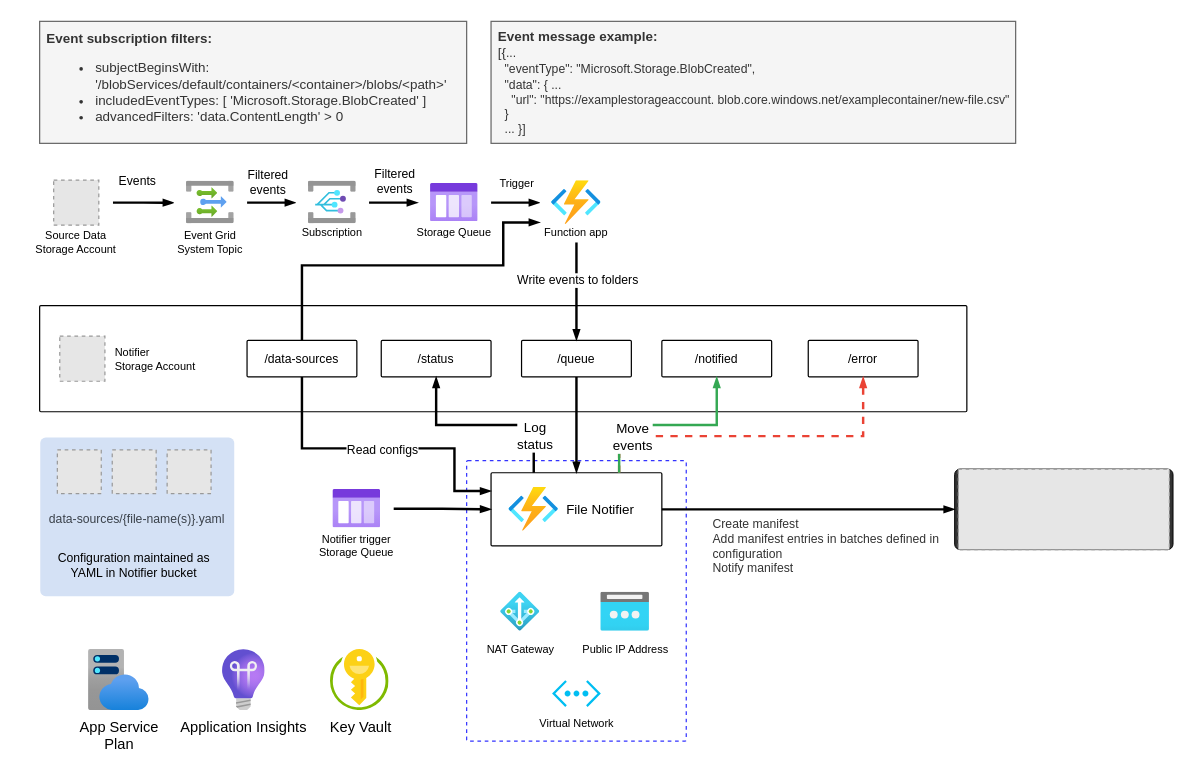
Above: cloud_resources/azure/architecture/azure_notifier.drawio in agile-data-engine/ade-file-notifier-reference (draw.io), before the change. Source tidied: cells renumbered, new cells numbered last; positions are measured from the earlier drawing's top-left corner, leaving out a move shared by most shapes. Both pictures are drawn from the tidied source at 122%, with x=0, y=0 at pixel (21, 21). Pictures stored in the file or linked from it are replaced by grey dashed boxes.
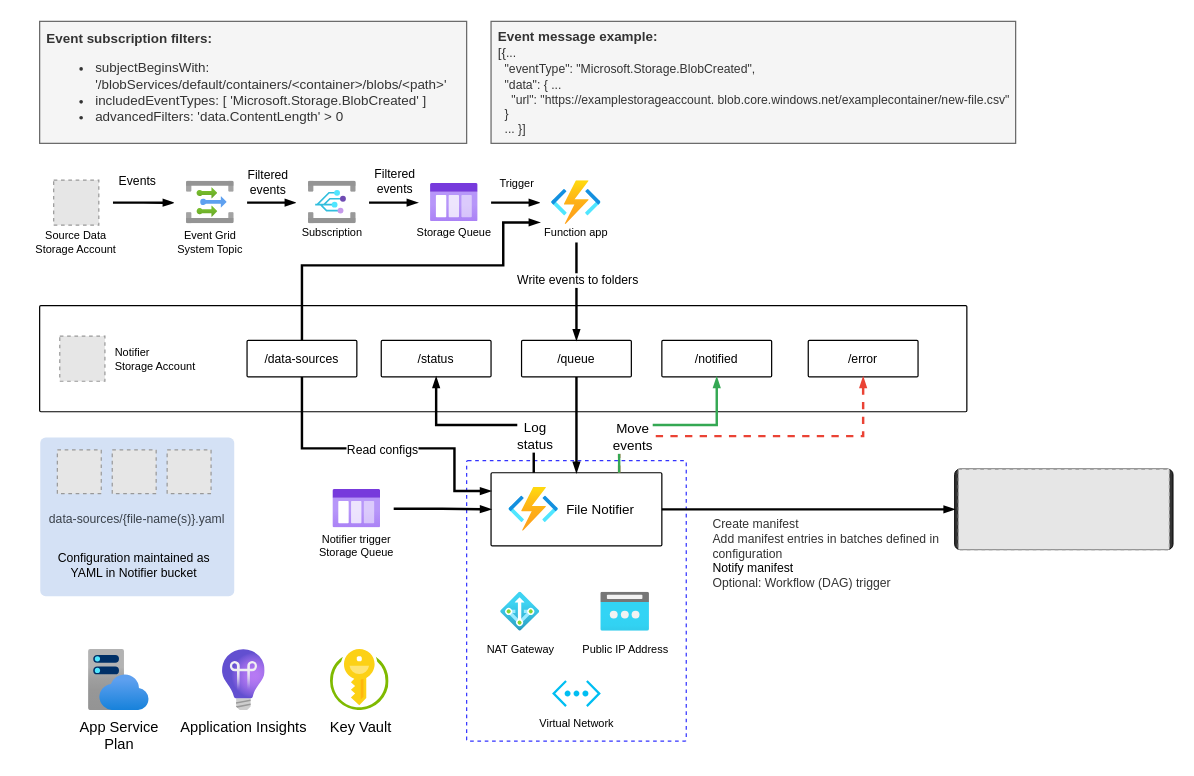
After the change.

Commit message (it also covers changes not shown here):
added documentation and architecture pictures to be published

The edit, as a diff of the source:
```diff
@@
-    <mxCell id="30" value="&lt;span style=&quot;&quot; data-lucid-content=&quot;{&amp;quot;t&amp;quot;:&amp;quot;Get open manifests\nCreate manifest (if no open manifests)\nAdd manifest entry\nNotify manifest (if single_file_manifest = true)&amp;quot;,&amp;quot;m&amp;quot;:[{&amp;quot;s&amp;quot;:0,&amp;quot;n&amp;quot;:&amp;quot;s&amp;quot;,&amp;quot;v&amp;quot;:17.77777777777778,&amp;quot;e&amp;quot;:125},{&amp;quot;s&amp;quot;:0,&amp;quot;n&amp;quot;:&amp;quot;c&amp;quot;,&amp;quot;v&amp;quot;:&amp;quot;333333ff&amp;quot;,&amp;quot;e&amp;quot;:125},{&amp;quot;s&amp;quot;:0,&amp;quot;n&amp;quot;:&amp;quot;fc&amp;quot;,&amp;quot;v&amp;quot;:&amp;quot;Regular&amp;quot;,&amp;quot;e&amp;quot;:125},{&amp;quot;s&amp;quot;:0,&amp;quot;n&amp;quot;:&amp;quot;fid&amp;quot;,&amp;quot;v&amp;quot;:2,&amp;quot;e&amp;quot;:125}]}&quot;&gt;&lt;span style=&quot;color: rgb(51, 51, 51);&quot;&gt;Create manifest&lt;br&gt;&lt;/span&gt;&lt;span style=&quot;color: rgb(51, 51, 51);&quot;&gt;Add manifest entries in batches defined in configuration&lt;br&gt;&lt;/span&gt;&lt;span style=&quot;color: rgb(51, 51, 51);&quot;&gt;Notify manifest&lt;/span&gt;&lt;/span&gt;" style="text;whiteSpace=wrap;html=1;fontSize=10;" parent="1" vertex="1">
+    <mxCell id="30" value="&lt;span style=&quot;&quot; data-lucid-content=&quot;{&amp;quot;t&amp;quot;:&amp;quot;Get open manifests\nCreate manifest (if no open manifests)\nAdd manifest entry\nNotify manifest (if single_file_manifest = true)&amp;quot;,&amp;quot;m&amp;quot;:[{&amp;quot;s&amp;quot;:0,&amp;quot;n&amp;quot;:&amp;quot;s&amp;quot;,&amp;quot;v&amp;quot;:17.77777777777778,&amp;quot;e&amp;quot;:125},{&amp;quot;s&amp;quot;:0,&amp;quot;n&amp;quot;:&amp;quot;c&amp;quot;,&amp;quot;v&amp;quot;:&amp;quot;333333ff&amp;quot;,&amp;quot;e&amp;quot;:125},{&amp;quot;s&amp;quot;:0,&amp;quot;n&amp;quot;:&amp;quot;fc&amp;quot;,&amp;quot;v&amp;quot;:&amp;quot;Regular&amp;quot;,&amp;quot;e&amp;quot;:125},{&amp;quot;s&amp;quot;:0,&amp;quot;n&amp;quot;:&amp;quot;fid&amp;quot;,&amp;quot;v&amp;quot;:2,&amp;quot;e&amp;quot;:125}]}&quot;&gt;&lt;span style=&quot;color: rgb(51, 51, 51);&quot;&gt;Create manifest&lt;br&gt;&lt;/span&gt;&lt;span style=&quot;color: rgb(51, 51, 51);&quot;&gt;Add manifest entries in batches defined in configuration&lt;br&gt;&lt;/span&gt;Notify manifest&lt;br&gt;&lt;span style=&quot;color: rgb(51, 51, 51);&quot;&gt;Optional: Workflow (DAG) trigger&lt;/span&gt;&lt;span style=&quot;color: rgb(51, 51, 51);&quot;&gt;&lt;br&gt;&lt;/span&gt;&lt;/span&gt;" style="text;whiteSpace=wrap;html=1;fontSize=10;" parent="1" vertex="1">
       <mxGeometry x="565" y="400" width="190" height="70" as="geometry" />
     </mxCell>
```
